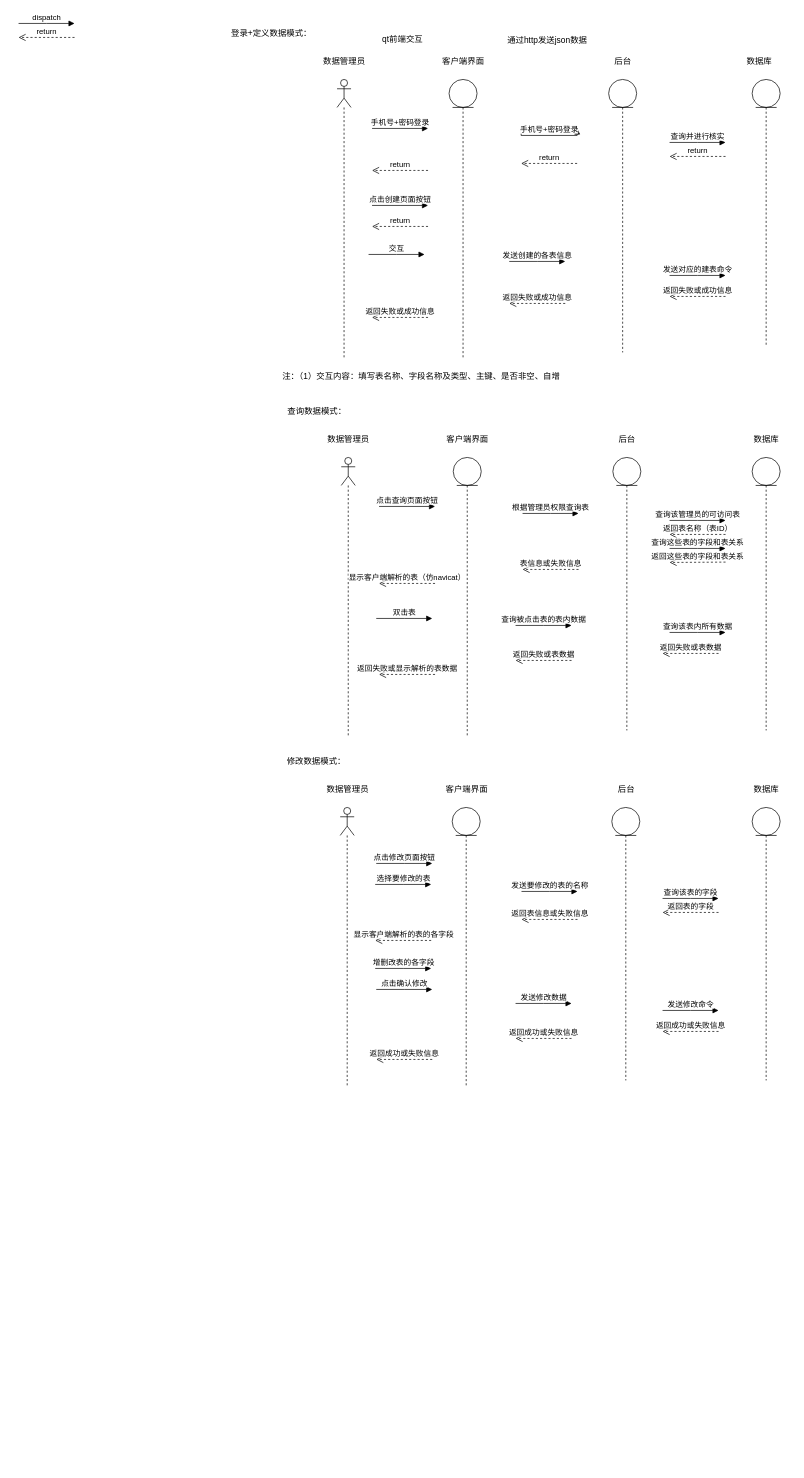
The draw.io diagram page "第 2 页" (2 of 2) of 软工课设.drawio in Iaiolk/VerilogCDE, before the edit. Source tidied: cells renumbered, new cells numbered last; positions are measured from the earlier drawing's top-left corner, leaving out a move shared by most shapes. Both pictures are drawn from the tidied source at 70%, with x=0, y=0 at pixel (18, 23).
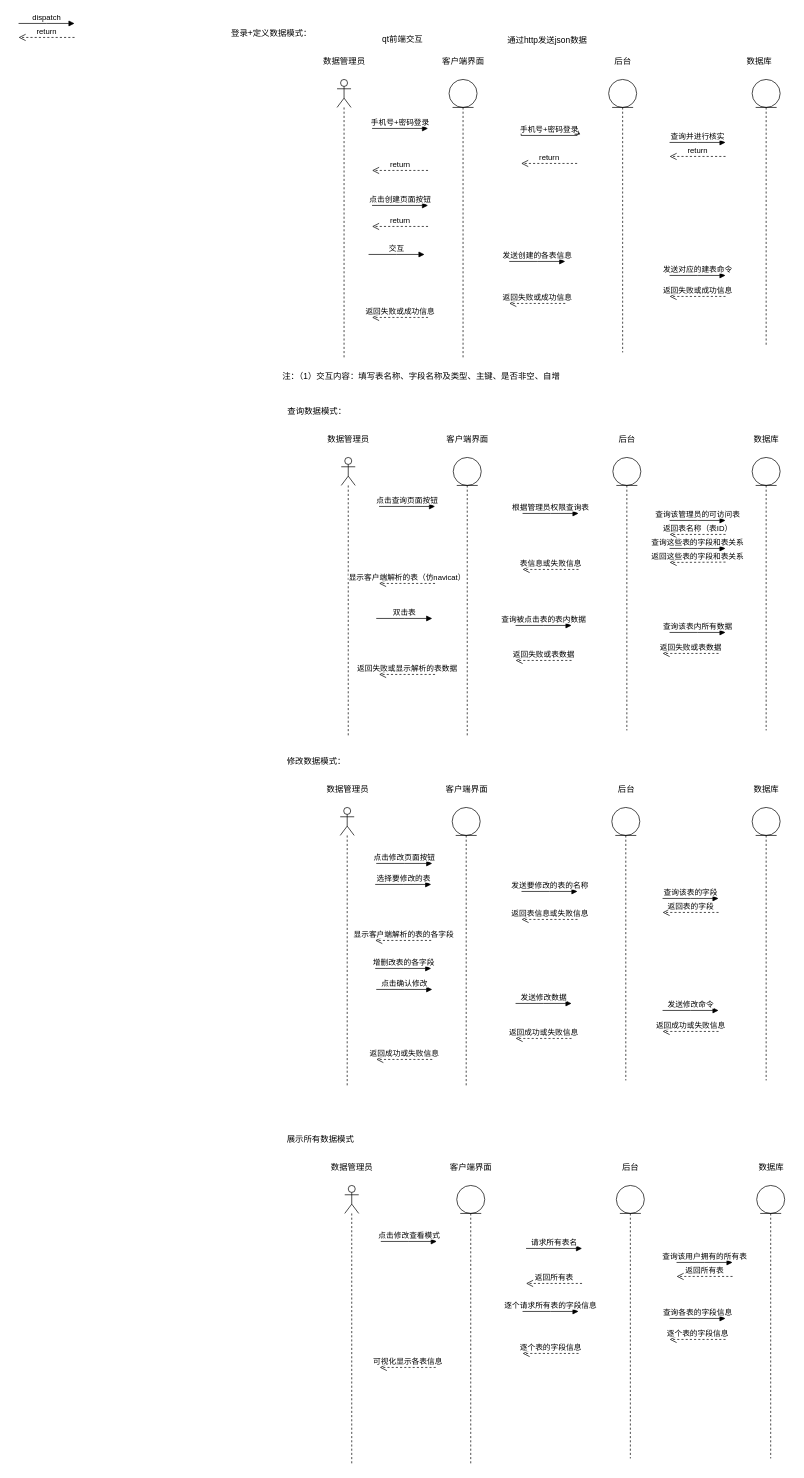
The same diagram, later.

Commit message:
更新软工课设.drawio

Change to the diagram source:
```diff
@@
+    <mxCell id="76" style="shape=umlLifeline;perimeter=lifelinePerimeter;whiteSpace=wrap;html=1;newEdgeStyle={&quot;edgeStyle&quot;:&quot;elbowEdgeStyle&quot;,&quot;elbow&quot;:&quot;vertical&quot;,&quot;curved&quot;:0,&quot;rounded&quot;:0};participant=umlActor;" parent="1" vertex="1">
+      <mxGeometry x="466" y="1660" width="20" height="400" as="geometry" />
+    </mxCell>
+    <mxCell id="77" style="shape=umlLifeline;perimeter=lifelinePerimeter;whiteSpace=wrap;html=1;newEdgeStyle={&quot;edgeStyle&quot;:&quot;elbowEdgeStyle&quot;,&quot;elbow&quot;:&quot;vertical&quot;,&quot;curved&quot;:0,&quot;rounded&quot;:0};participant=umlEntity;" parent="1" vertex="1">
+      <mxGeometry x="626" y="1660" width="40" height="400" as="geometry" />
+    </mxCell>
+    <mxCell id="78" value="数据管理员" style="text;html=1;align=center;verticalAlign=middle;strokeColor=none;fillColor=none;" parent="1" vertex="1">
+      <mxGeometry x="436" y="1620" width="80" height="30" as="geometry" />
+    </mxCell>
+    <mxCell id="79" value="客户端界面" style="text;html=1;align=center;verticalAlign=middle;strokeColor=none;fillColor=none;" parent="1" vertex="1">
+      <mxGeometry x="606" y="1620" width="80" height="30" as="geometry" />
+    </mxCell>
+    <mxCell id="80" style="shape=umlLifeline;perimeter=lifelinePerimeter;whiteSpace=wrap;html=1;newEdgeStyle={&quot;edgeStyle&quot;:&quot;elbowEdgeStyle&quot;,&quot;elbow&quot;:&quot;vertical&quot;,&quot;curved&quot;:0,&quot;rounded&quot;:0};participant=umlEntity;" parent="1" vertex="1">
+      <mxGeometry x="854" y="1660" width="40" height="390" as="geometry" />
+    </mxCell>
+    <mxCell id="81" value="展示所有数据模式" style="text;html=1;align=center;verticalAlign=middle;strokeColor=none;fillColor=none;" parent="1" vertex="1">
+      <mxGeometry x="371" y="1580" width="120" height="30" as="geometry" />
+    </mxCell>
+    <mxCell id="82" value="后台" style="text;html=1;align=center;verticalAlign=middle;strokeColor=none;fillColor=none;" parent="1" vertex="1">
+      <mxGeometry x="849" y="1620" width="50" height="30" as="geometry" />
+    </mxCell>
+    <mxCell id="83" value="点击修改查看模式" style="html=1;verticalAlign=bottom;endArrow=block;edgeStyle=elbowEdgeStyle;elbow=vertical;curved=0;rounded=0;" parent="1" edge="1">
+      <mxGeometry relative="1" as="geometry">
+        <mxPoint x="517.5" y="1740" as="sourcePoint" />
+        <mxPoint x="597.5" y="1740" as="targetPoint" />
+      </mxGeometry>
+    </mxCell>
+    <mxCell id="84" value="请求所有表名" style="html=1;verticalAlign=bottom;endArrow=block;edgeStyle=elbowEdgeStyle;elbow=vertical;curved=0;rounded=0;" parent="1" edge="1">
+      <mxGeometry relative="1" as="geometry">
+        <mxPoint x="725" y="1750" as="sourcePoint" />
+        <mxPoint x="805" y="1750" as="targetPoint" />
+      </mxGeometry>
+    </mxCell>
+    <mxCell id="85" value="返回所有表" style="html=1;verticalAlign=bottom;endArrow=open;dashed=1;endSize=8;edgeStyle=elbowEdgeStyle;elbow=vertical;curved=0;rounded=0;" parent="1" edge="1">
+      <mxGeometry relative="1" as="geometry">
+        <mxPoint x="805" y="1800" as="sourcePoint" />
+        <mxPoint x="725" y="1800" as="targetPoint" />
+      </mxGeometry>
+    </mxCell>
+    <mxCell id="86" style="shape=umlLifeline;perimeter=lifelinePerimeter;whiteSpace=wrap;html=1;newEdgeStyle={&quot;edgeStyle&quot;:&quot;elbowEdgeStyle&quot;,&quot;elbow&quot;:&quot;vertical&quot;,&quot;curved&quot;:0,&quot;rounded&quot;:0};participant=umlEntity;" parent="1" vertex="1">
+      <mxGeometry x="1054.5" y="1660" width="40" height="390" as="geometry" />
+    </mxCell>
+    <mxCell id="87" value="数据库" style="text;html=1;align=center;verticalAlign=middle;strokeColor=none;fillColor=none;" parent="1" vertex="1">
+      <mxGeometry x="1044.5" y="1620" width="60" height="30" as="geometry" />
+    </mxCell>
+    <mxCell id="88" value="查询该用户拥有的所有表" style="html=1;verticalAlign=bottom;endArrow=block;edgeStyle=elbowEdgeStyle;elbow=vertical;curved=0;rounded=0;" parent="1" edge="1">
+      <mxGeometry relative="1" as="geometry">
+        <mxPoint x="940" y="1770" as="sourcePoint" />
+        <mxPoint x="1020" y="1770" as="targetPoint" />
+      </mxGeometry>
+    </mxCell>
+    <mxCell id="89" value="返回所有表" style="html=1;verticalAlign=bottom;endArrow=open;dashed=1;endSize=8;edgeStyle=elbowEdgeStyle;elbow=vertical;curved=0;rounded=0;" parent="1" edge="1">
+      <mxGeometry relative="1" as="geometry">
+        <mxPoint x="1020" y="1790" as="sourcePoint" />
+        <mxPoint x="940" y="1790" as="targetPoint" />
+      </mxGeometry>
+    </mxCell>
+    <mxCell id="90" value="逐个请求所有表的字段信息" style="html=1;verticalAlign=bottom;endArrow=block;edgeStyle=elbowEdgeStyle;elbow=vertical;curved=0;rounded=0;" parent="1" edge="1">
+      <mxGeometry relative="1" as="geometry">
+        <mxPoint x="720" y="1840" as="sourcePoint" />
+        <mxPoint x="800" y="1840" as="targetPoint" />
+      </mxGeometry>
+    </mxCell>
+    <mxCell id="91" value="查询各表的字段信息" style="html=1;verticalAlign=bottom;endArrow=block;edgeStyle=elbowEdgeStyle;elbow=vertical;curved=0;rounded=0;" parent="1" edge="1">
+      <mxGeometry relative="1" as="geometry">
+        <mxPoint x="930" y="1850" as="sourcePoint" />
+        <mxPoint x="1010" y="1850" as="targetPoint" />
+      </mxGeometry>
+    </mxCell>
+    <mxCell id="92" value="逐个表的字段信息" style="html=1;verticalAlign=bottom;endArrow=open;dashed=1;endSize=8;edgeStyle=elbowEdgeStyle;elbow=vertical;curved=0;rounded=0;" parent="1" edge="1">
+      <mxGeometry relative="1" as="geometry">
+        <mxPoint x="1010" y="1880" as="sourcePoint" />
+        <mxPoint x="930" y="1880" as="targetPoint" />
+      </mxGeometry>
+    </mxCell>
+    <mxCell id="93" value="逐个表的字段信息" style="html=1;verticalAlign=bottom;endArrow=open;dashed=1;endSize=8;edgeStyle=elbowEdgeStyle;elbow=vertical;curved=0;rounded=0;" parent="1" edge="1">
+      <mxGeometry relative="1" as="geometry">
+        <mxPoint x="800" y="1900" as="sourcePoint" />
+        <mxPoint x="720" y="1900" as="targetPoint" />
+      </mxGeometry>
+    </mxCell>
+    <mxCell id="94" value="可视化显示各表信息" style="html=1;verticalAlign=bottom;endArrow=open;dashed=1;endSize=8;edgeStyle=elbowEdgeStyle;elbow=vertical;curved=0;rounded=0;" parent="1" edge="1">
+      <mxGeometry relative="1" as="geometry">
+        <mxPoint x="596" y="1920" as="sourcePoint" />
+        <mxPoint x="516" y="1920" as="targetPoint" />
+      </mxGeometry>
+    </mxCell>
```
